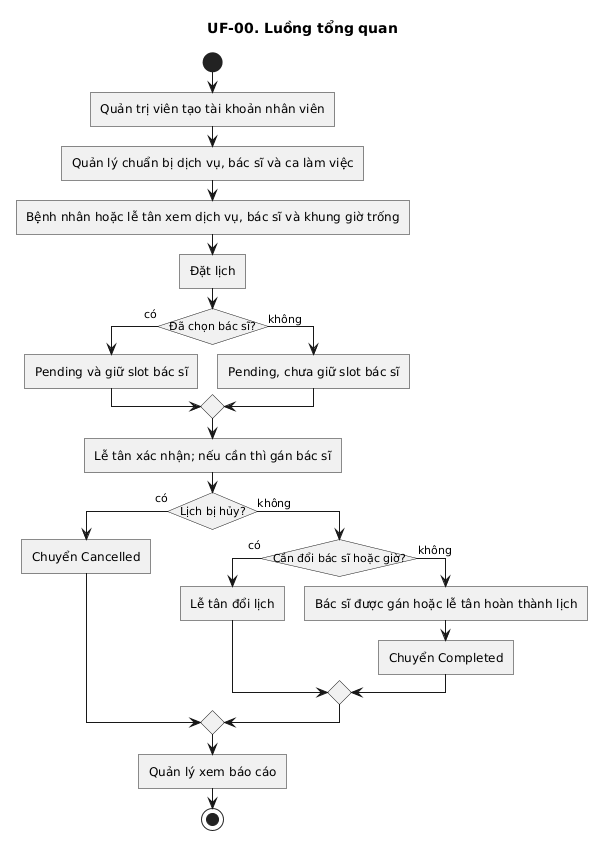
Earlier version of the PlantUML export doc/user-flow/hethong.png (KhaVan-oi/ViClinic). Its source is kept beside it as doc/user-flow/hethong.puml.
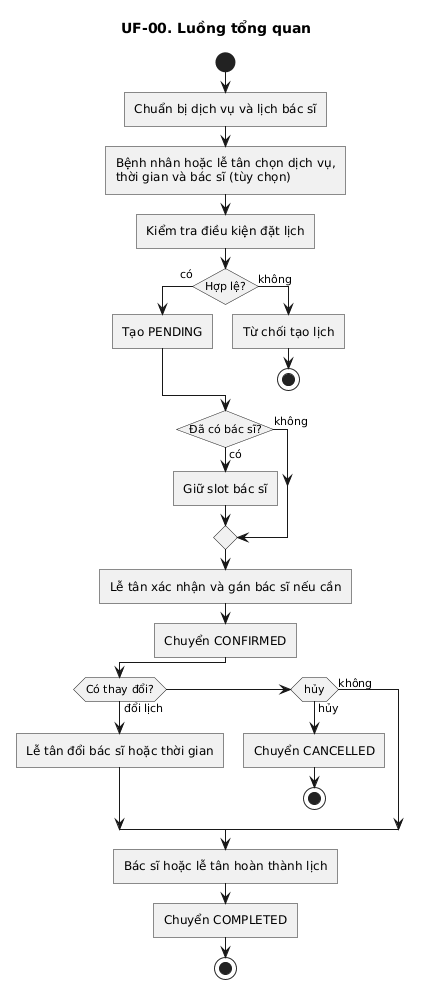
The same diagram one commit later.

What changed in the source:
```diff
@@ -1,5 +1,6 @@
 @startuml
 title UF-00. Luồng tổng quan
+
 skinparam linetype ortho
 skinparam shadowing false
 skinparam roundcorner 0
@@ -7,26 +8,30 @@
 skinparam conditionEndStyle diamond
 
 start
-:Quản trị viên tạo tài khoản nhân viên;
-:Quản lý chuẩn bị dịch vụ, bác sĩ và ca làm việc;
-:Bệnh nhân hoặc lễ tân xem dịch vụ, bác sĩ và khung giờ trống;
-:Đặt lịch;
-if (Đã chọn bác sĩ?) then (có)
-  :Pending và giữ slot bác sĩ;
+:Chuẩn bị dịch vụ và lịch bác sĩ;
+:Bệnh nhân hoặc lễ tân chọn dịch vụ,
+thời gian và bác sĩ (tùy chọn);
+:Kiểm tra điều kiện đặt lịch;
+if (Hợp lệ?) then (có)
+  :Tạo PENDING;
 else (không)
-  :Pending, chưa giữ slot bác sĩ;
+  :Từ chối tạo lịch;
+  stop
 endif
-:Lễ tân xác nhận; nếu cần thì gán bác sĩ;
-if (Lịch bị hủy?) then (có)
-  :Chuyển Cancelled;
+if (Đã có bác sĩ?) then (có)
+  :Giữ slot bác sĩ;
 else (không)
-  if (Cần đổi bác sĩ hoặc giờ?) then (có)
-    :Lễ tân đổi lịch;
-  else (không)
-    :Bác sĩ được gán hoặc lễ tân hoàn thành lịch;
-    :Chuyển Completed;
-  endif
 endif
-:Quản lý xem báo cáo;
+:Lễ tân xác nhận và gán bác sĩ nếu cần;
+:Chuyển CONFIRMED;
+if (Có thay đổi?) then (đổi lịch)
+  :Lễ tân đổi bác sĩ hoặc thời gian;
+elseif (hủy) then (hủy)
+  :Chuyển CANCELLED;
+  stop
+else (không)
+endif
+:Bác sĩ hoặc lễ tân hoàn thành lịch;
+:Chuyển COMPLETED;
 stop
 @enduml
```
